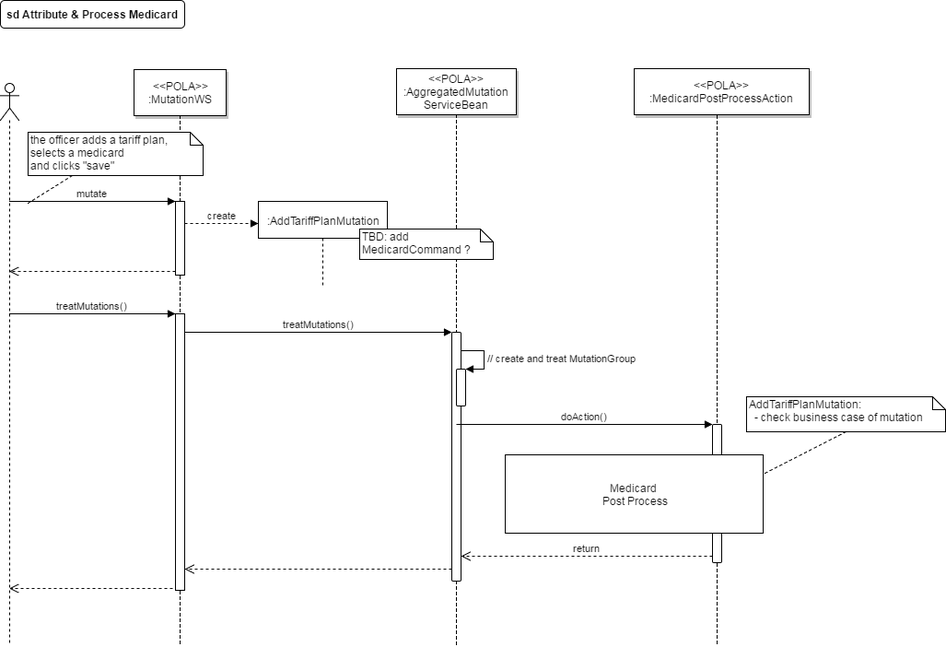
wim-dkv/pola keeps this draw.io diagram as diagrams-export/main.png. Above is the earlier version. Source tidied: cells renumbered, new cells last; positions are measured from the earlier drawing's top-left corner, leaving out a move shared by most shapes.
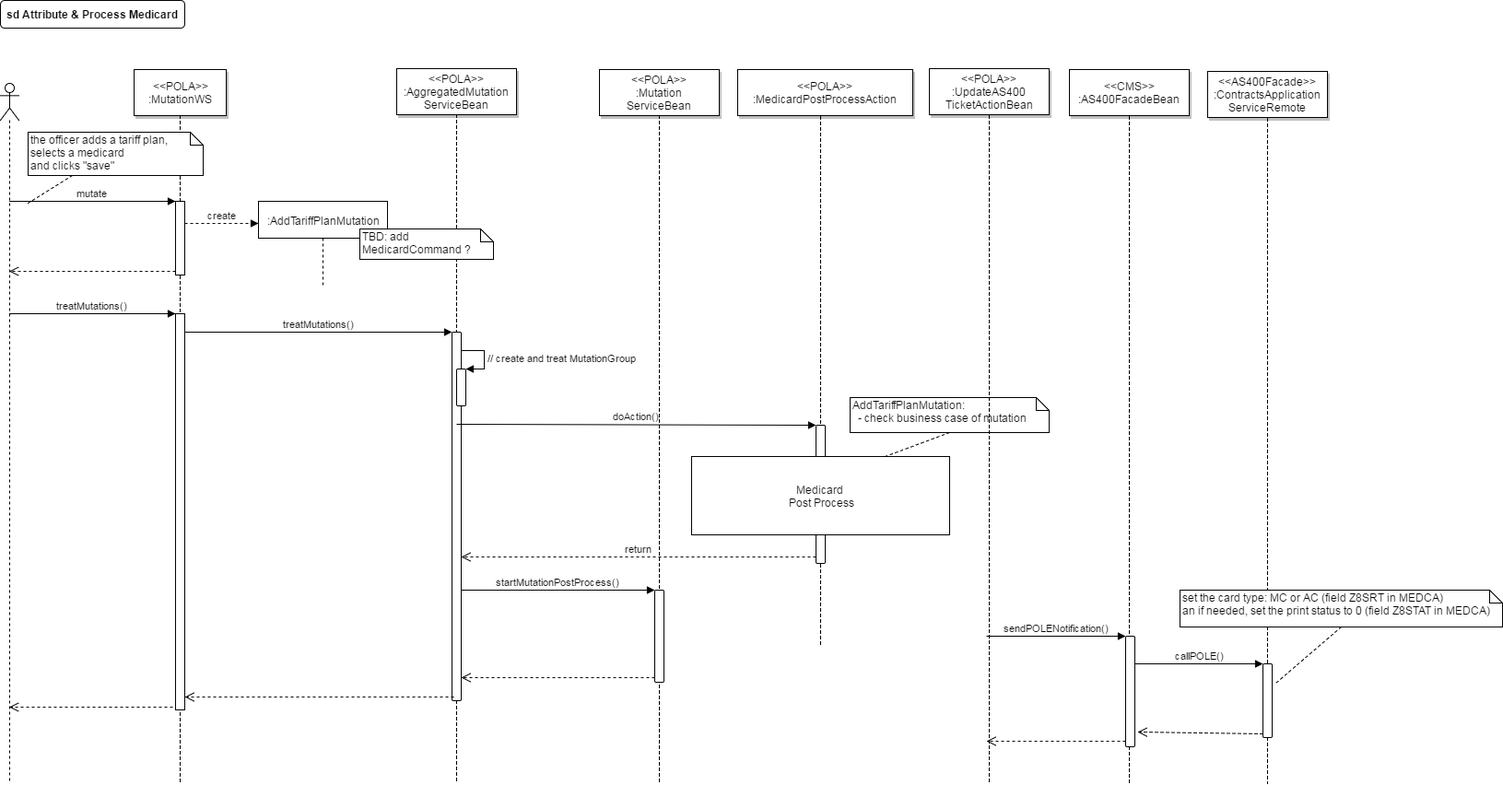
Above is the later version.

Diff of the diagram source:
```diff
@@ -8,29 +8,29 @@
       </mxGeometry>
     </mxCell>
     <mxCell id="3" style="html=1;points=[];perimeter=orthogonalPerimeter;rounded=1;" parent="1" vertex="1">
-      <mxGeometry x="490" y="360" width="10" height="270" as="geometry" />
+      <mxGeometry x="490" y="360" width="10" height="400" as="geometry" />
     </mxCell>
     <mxCell id="4" style="edgeStyle=elbowEdgeStyle;elbow=horizontal;endArrow=none;dashed=1;html=1;exitX=0.5;exitY=1;" parent="1" edge="1" source="3">
       <mxGeometry x="565" y="319" as="geometry">
-        <mxPoint x="495" y="700" as="targetPoint" />
+        <mxPoint x="495" y="850" as="targetPoint" />
       </mxGeometry>
     </mxCell>
     <mxCell id="5" value="sd Attribute &amp;amp; Process Medicard" style="rounded=1;fontStyle=1;fillColor=#FFFFFF;strokeColor=#000000;html=1;" parent="1" vertex="1">
       <mxGeometry width="200" height="30" as="geometry" />
     </mxCell>
     <mxCell id="6" style="shape=umlLifeline;participant=umlActor;perimeter=lifelinePerimeter;whiteSpace=wrap;html=1;verticalAlign=top;spacingTop=36;labelBackgroundColor=#ffffff;outlineConnect=0;rounded=0;" parent="1" vertex="1">
-      <mxGeometry y="90" width="20" height="610" as="geometry" />
+      <mxGeometry y="90" width="20" height="760" as="geometry" />
     </mxCell>
     <mxCell id="7" style="edgeStyle=elbowEdgeStyle;elbow=horizontal;endArrow=none;dashed=1;html=1;exitX=0.5;exitY=1;" parent="1" edge="1" source="8">
       <mxGeometry x="265" y="320" as="geometry">
-        <mxPoint x="195" y="700" as="targetPoint" />
+        <mxPoint x="195" y="850" as="targetPoint" />
       </mxGeometry>
     </mxCell>
     <mxCell id="8" value="&amp;lt;&amp;lt;POLA&amp;gt;&amp;gt;&lt;br&gt;:&lt;span&gt;MutationWS&lt;/span&gt;" style="shadow=1;fillColor=#FFFFFF;strokeColor=#000000;html=1;" parent="1" vertex="1">
       <mxGeometry x="145" y="75" width="100" height="50" as="geometry" />
     </mxCell>
     <mxCell id="9" style="html=1;points=[];perimeter=orthogonalPerimeter;rounded=0;" parent="1" vertex="1">
-      <mxGeometry x="190" y="340" width="10" height="300" as="geometry" />
+      <mxGeometry x="190" y="340" width="10" height="430" as="geometry" />
     </mxCell>
     <mxCell id="10" value="treatMutations()" style="html=1;verticalAlign=bottom;endArrow=block;" parent="1" edge="1">
       <mxGeometry relative="1" as="geometry">
@@ -72,18 +72,18 @@
       </mxGeometry>
     </mxCell>
     <mxCell id="19" value="&amp;lt;&amp;lt;POLA&amp;gt;&amp;gt;&lt;br&gt;:MedicardPostProcessAction&lt;br&gt;" style="shadow=1;fillColor=#FFFFFF;strokeColor=#000000;html=1;" parent="1" vertex="1">
-      <mxGeometry x="688" y="74" width="190" height="50" as="geometry" />
+      <mxGeometry x="800" y="75" width="190" height="50" as="geometry" />
     </mxCell>
     <mxCell id="20" style="edgeStyle=elbowEdgeStyle;elbow=horizontal;endArrow=none;dashed=1;html=1;exitX=0.5;exitY=1;" parent="1" edge="1">
-      <mxGeometry x="848" y="320" as="geometry">
-        <mxPoint x="778" y="125" as="sourcePoint" />
-        <mxPoint x="778" y="700" as="targetPoint" />
+      <mxGeometry x="960" y="321" as="geometry">
+        <mxPoint x="890" y="126" as="sourcePoint" />
+        <mxPoint x="890" y="701" as="targetPoint" />
       </mxGeometry>
     </mxCell>
     <mxCell id="21" value="AddTariffPlanMutation:&lt;br&gt;&amp;nbsp; - check business case of mutation" style="shape=note;whiteSpace=wrap;html=1;size=14;verticalAlign=top;align=left;spacingTop=-6;" parent="1" vertex="1">
-      <mxGeometry x="810" y="430" width="216" height="38" as="geometry" />
+      <mxGeometry x="922" y="431" width="216" height="38" as="geometry" />
     </mxCell>
-    <mxCell id="22" style="rounded=0;html=1;endFill=0;dashed=1;endArrow=none;exitX=0.5;exitY=1;entryX=1;entryY=0.25;" parent="1" edge="1" source="21" target="32">
+    <mxCell id="22" style="rounded=0;html=1;endFill=0;dashed=1;endArrow=none;exitX=0.5;exitY=1;entryX=0.75;entryY=0;" parent="1" edge="1" source="21" target="32">
       <mxGeometry relative="1" as="geometry" />
     </mxCell>
     <mxCell id="23" value="TBD: add MedicardCommand ?" style="shape=note;whiteSpace=wrap;html=1;size=14;verticalAlign=top;align=left;spacingTop=-6;rounded=1;" parent="1" vertex="1">
@@ -106,7 +106,7 @@
     <mxCell id="27" value="treatMutations()" style="html=1;verticalAlign=bottom;endArrow=block;entryX=0;entryY=0;" parent="1" edge="1" source="9" target="3">
       <mxGeometry relative="1" as="geometry" />
     </mxCell>
-    <mxCell id="28" style="html=1;verticalAlign=bottom;endArrow=open;dashed=1;endSize=8;exitX=0;exitY=0.95;" parent="1" edge="1" source="3" target="9">
+    <mxCell id="28" style="html=1;verticalAlign=bottom;endArrow=open;dashed=1;endSize=8;exitX=0.2;exitY=0.99;exitPerimeter=0;" parent="1" edge="1" source="3" target="9">
       <mxGeometry relative="1" as="geometry" />
     </mxCell>
     <mxCell id="29" value="doAction()" style="html=1;verticalAlign=bottom;endArrow=block;entryX=0;entryY=0;" parent="1" edge="1" target="31">
@@ -118,10 +118,83 @@
       <mxGeometry relative="1" as="geometry" />
     </mxCell>
     <mxCell id="31" style="html=1;points=[];perimeter=orthogonalPerimeter;rounded=1;" parent="1" vertex="1">
-      <mxGeometry x="773" y="460" width="10" height="150" as="geometry" />
+      <mxGeometry x="885" y="461" width="10" height="150" as="geometry" />
     </mxCell>
     <mxCell id="32" value="Medicard&amp;nbsp;&lt;div&gt;Post Process&lt;/div&gt;" style="whiteSpace=wrap;html=1;" parent="1" vertex="1">
-      <mxGeometry x="548" y="493" width="280" height="85" as="geometry" />
+      <mxGeometry x="750" y="495" width="280" height="85" as="geometry" />
     </mxCell>
+    <mxCell id="33" value="&amp;lt;&amp;lt;POLA&amp;gt;&amp;gt;&lt;br&gt;&lt;span&gt;:&lt;/span&gt;Mutation&lt;br&gt;ServiceBean" style="shadow=1;fillColor=#FFFFFF;strokeColor=#000000;html=1;" parent="1" vertex="1">
+      <mxGeometry x="650" y="75" width="130" height="50" as="geometry" />
+    </mxCell>
+    <mxCell id="34" style="edgeStyle=elbowEdgeStyle;elbow=horizontal;endArrow=none;dashed=1;html=1;exitX=0.5;exitY=1;" parent="1" edge="1">
+      <mxGeometry x="785" y="320" as="geometry">
+        <mxPoint x="715" y="125" as="sourcePoint" />
+        <mxPoint x="715" y="850" as="targetPoint" />
+      </mxGeometry>
+    </mxCell>
+    <mxCell id="35" style="html=1;points=[];perimeter=orthogonalPerimeter;rounded=1;" parent="1" vertex="1">
+      <mxGeometry x="710" y="640" width="10" height="100" as="geometry" />
+    </mxCell>
+    <mxCell id="36" value="startMutationPostProcess()" style="html=1;verticalAlign=bottom;endArrow=block;entryX=0;entryY=0;" parent="1" edge="1" source="3" target="35">
+      <mxGeometry relative="1" as="geometry" />
+    </mxCell>
+    <mxCell id="37" style="html=1;verticalAlign=bottom;endArrow=open;dashed=1;endSize=8;exitX=0;exitY=0.95;" parent="1" edge="1" source="35" target="3">
+      <mxGeometry relative="1" as="geometry" />
+    </mxCell>
+    <mxCell id="38" value="&lt;div&gt;&amp;lt;&amp;lt;POLA&amp;gt;&amp;gt;&lt;/div&gt;&lt;div&gt;:UpdateAS400&lt;/div&gt;&lt;div&gt;TicketActionBean&lt;/div&gt;" style="shadow=1;fillColor=#FFFFFF;strokeColor=#000000;html=1;" parent="1" vertex="1">
+      <mxGeometry x="1008" y="74" width="130" height="50" as="geometry" />
+    </mxCell>
+    <mxCell id="39" style="edgeStyle=elbowEdgeStyle;elbow=horizontal;endArrow=none;dashed=1;html=1;exitX=0.5;exitY=1;" parent="1" edge="1">
+      <mxGeometry x="1143" y="320" as="geometry">
+        <mxPoint x="1073" y="125" as="sourcePoint" />
+        <mxPoint x="1073" y="850" as="targetPoint" />
+      </mxGeometry>
+    </mxCell>
+    <mxCell id="40" value="&lt;div&gt;&amp;lt;&amp;lt;CMS&amp;gt;&amp;gt;&lt;/div&gt;&lt;div&gt;:AS400FacadeBean&lt;/div&gt;" style="shadow=1;fillColor=#FFFFFF;strokeColor=#000000;html=1;" parent="1" vertex="1">
+      <mxGeometry x="1160" y="75" width="130" height="50" as="geometry" />
+    </mxCell>
+    <mxCell id="41" style="edgeStyle=elbowEdgeStyle;elbow=horizontal;endArrow=none;dashed=1;html=1;exitX=0.5;exitY=1;" parent="1" edge="1">
+      <mxGeometry x="1295" y="321" as="geometry">
+        <mxPoint x="1225" y="126" as="sourcePoint" />
+        <mxPoint x="1225" y="850" as="targetPoint" />
+      </mxGeometry>
+    </mxCell>
+    <mxCell id="42" style="edgeStyle=elbowEdgeStyle;elbow=horizontal;endArrow=none;dashed=1;html=1;exitX=0.5;exitY=1;" parent="1" edge="1">
+      <mxGeometry x="1445" y="323" as="geometry">
+        <mxPoint x="1375" y="128" as="sourcePoint" />
+        <mxPoint x="1375" y="850" as="targetPoint" />
+      </mxGeometry>
+    </mxCell>
+    <mxCell id="43" value="&lt;div&gt;&amp;lt;&amp;lt;AS400Facade&amp;gt;&amp;gt;&lt;/div&gt;&lt;div&gt;:ContractsApplication&lt;br&gt;ServiceRemote&lt;/div&gt;" style="shadow=1;fillColor=#FFFFFF;strokeColor=#000000;html=1;" parent="1" vertex="1">
+      <mxGeometry x="1310" y="77" width="130" height="50" as="geometry" />
+    </mxCell>
+    <mxCell id="44" style="html=1;points=[];perimeter=orthogonalPerimeter;rounded=1;" parent="1" vertex="1">
+      <mxGeometry x="1221" y="690" width="10" height="120" as="geometry" />
+    </mxCell>
+    <mxCell id="45" value="sendPOLENotification()" style="html=1;verticalAlign=bottom;endArrow=block;entryX=0;entryY=0;" parent="1" edge="1" target="44">
+      <mxGeometry relative="1" as="geometry">
+        <mxPoint x="1070" y="690" as="sourcePoint" />
+      </mxGeometry>
+    </mxCell>
+    <mxCell id="46" style="html=1;verticalAlign=bottom;endArrow=open;dashed=1;endSize=8;exitX=0;exitY=0.95;" parent="1" edge="1" source="44">
+      <mxGeometry relative="1" as="geometry">
+        <mxPoint x="1070" y="804" as="targetPoint" />
+      </mxGeometry>
+    </mxCell>
+    <mxCell id="47" style="html=1;points=[];perimeter=orthogonalPerimeter;rounded=1;" parent="1" vertex="1">
+      <mxGeometry x="1370" y="720" width="10" height="80" as="geometry" />
+    </mxCell>
+    <mxCell id="48" value="callPOLE()" style="html=1;verticalAlign=bottom;endArrow=block;entryX=0;entryY=0;" parent="1" edge="1" source="44" target="47">
+      <mxGeometry relative="1" as="geometry" />
+    </mxCell>
+    <mxCell id="49" style="html=1;verticalAlign=bottom;endArrow=open;dashed=1;endSize=8;exitX=0;exitY=0.95;entryX=1.3;entryY=0.867;entryPerimeter=0;" parent="1" edge="1" source="47" target="44">
+      <mxGeometry relative="1" as="geometry" />
+    </mxCell>
+    <mxCell id="50" value="&lt;div&gt;set the card type: MC or AC (field Z8SRT in MEDCA)&lt;/div&gt;&lt;div&gt;an if needed, set the print status to 0 (field Z8STAT in MEDCA)&lt;/div&gt;" style="shape=note;whiteSpace=wrap;html=1;size=14;verticalAlign=top;align=left;spacingTop=-6;rounded=1;" parent="1" vertex="1">
+      <mxGeometry x="1280" y="640" width="350" height="40" as="geometry" />
+    </mxCell>
+    <mxCell id="51" style="rounded=0;html=1;endFill=0;dashed=1;endArrow=none;exitX=0.5;exitY=1;entryX=1.4;entryY=0.263;entryPerimeter=0;" parent="1" edge="1" source="50" target="47">
+      <mxGeometry relative="1" as="geometry" />
+    </mxCell>
   </root>
 </mxGraphModel>
```
